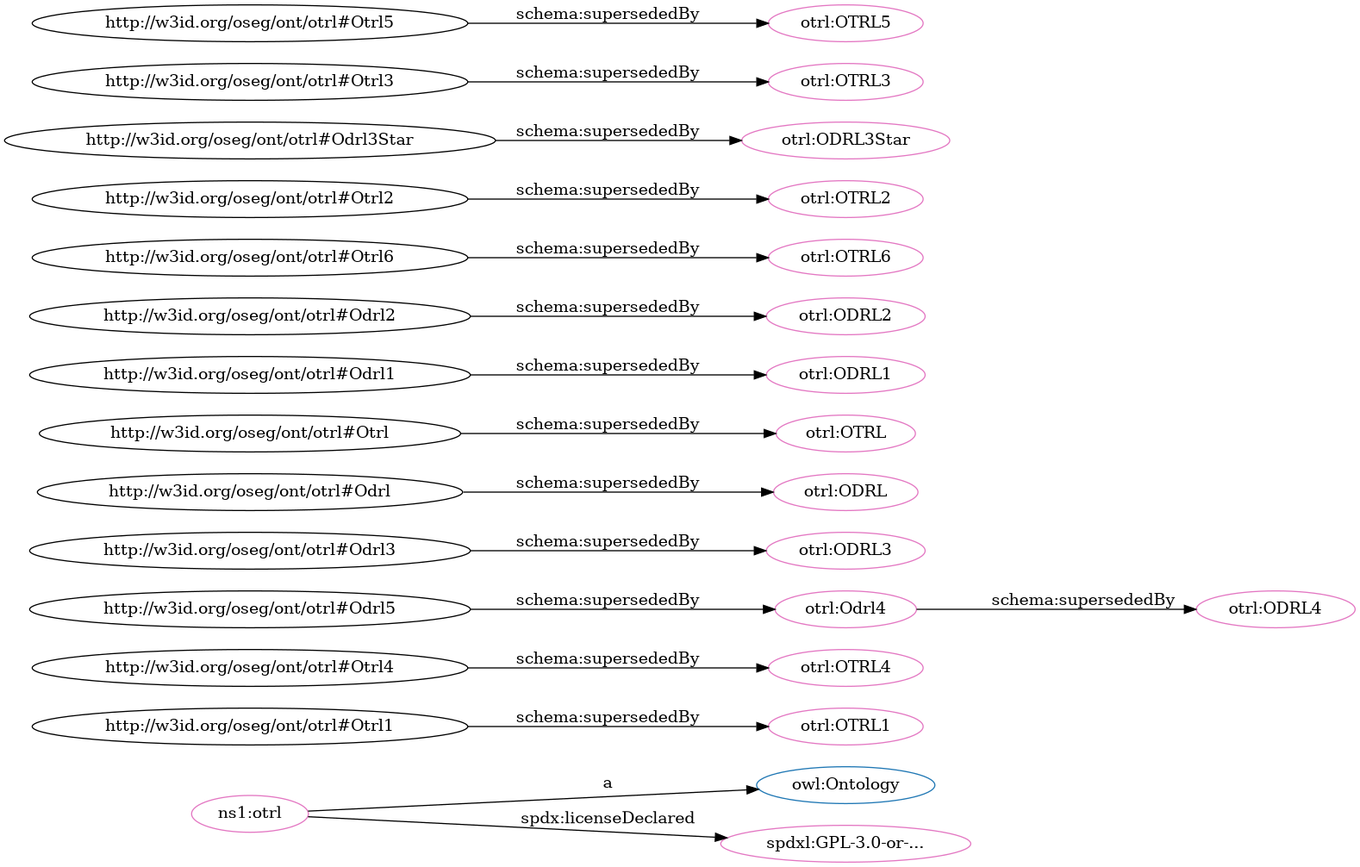
Before: src/spec/dot_otrl_deprecated.png, a diagram exported from Graphviz (iop-alliance/OpenKnowHow). Its source is kept beside it as src/spec/dot_otrl_deprecated.dot.
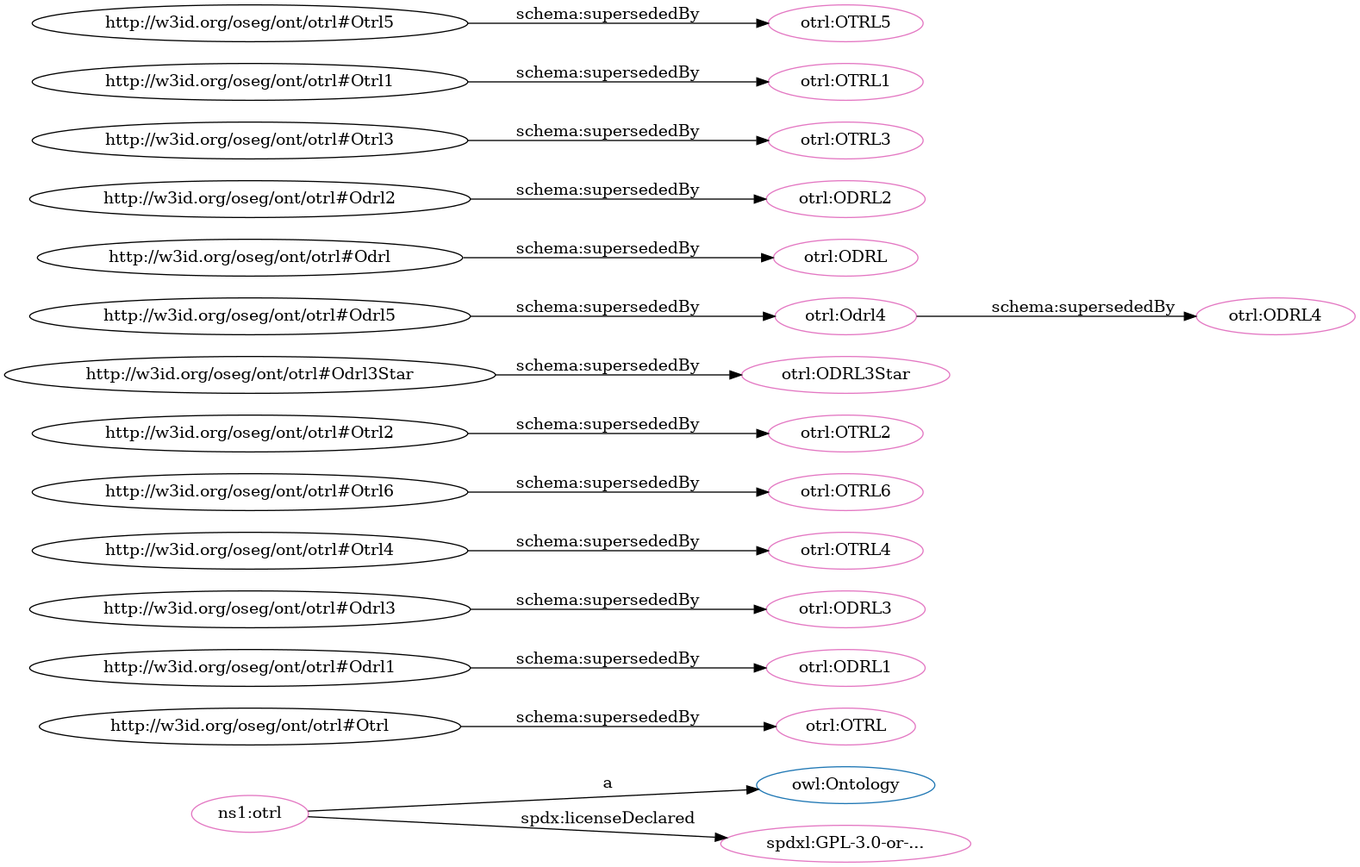
Above is the later version.

Diff of the diagram source:
```diff
@@ -2,36 +2,36 @@
   rankdir=BT
   node[height=.3]
 "http://www.w3.org/2002/07/owl#Ontology" [fillcolor="#1f77b4" color="#1f77b4" label="owl:Ontology"]
-"http://w3id.org/oseg/ont/otrl#OTRL1" [fillcolor="#e377c2" color="#e377c2" label="otrl:OTRL1"]
+"http://w3id.org/oseg/ont/otrl#OTRL" [fillcolor="#e377c2" color="#e377c2" label="otrl:OTRL"]
+"http://spdx.org/licenses/GPL-3.0-or-later" [fillcolor="#e377c2" color="#e377c2" label="spdxl:GPL-3.0-or-..."]
+"http://w3id.org/oseg/ont/otrl#ODRL1" [fillcolor="#e377c2" color="#e377c2" label="otrl:ODRL1"]
+"http://w3id.org/oseg/ont/otrl#ODRL3" [fillcolor="#e377c2" color="#e377c2" label="otrl:ODRL3"]
 "http://w3id.org/oseg/ont/otrl#OTRL4" [fillcolor="#e377c2" color="#e377c2" label="otrl:OTRL4"]
-"http://w3id.org/oseg/ont/otrl#ODRL4" [fillcolor="#e377c2" color="#e377c2" label="otrl:ODRL4"]
-"http://spdx.org/licenses/GPL-3.0-or-later" [fillcolor="#e377c2" color="#e377c2" label="spdxl:GPL-3.0-or-..."]
-"http://w3id.org/oseg/ont/otrl#ODRL3" [fillcolor="#e377c2" color="#e377c2" label="otrl:ODRL3"]
-"http://w3id.org/oseg/ont/otrl#ODRL" [fillcolor="#e377c2" color="#e377c2" label="otrl:ODRL"]
-"http://w3id.org/oseg/ont/otrl#OTRL" [fillcolor="#e377c2" color="#e377c2" label="otrl:OTRL"]
-"http://w3id.org/oseg/ont/otrl#ODRL1" [fillcolor="#e377c2" color="#e377c2" label="otrl:ODRL1"]
-"http://w3id.org/oseg/ont/otrl#Odrl4" [fillcolor="#e377c2" color="#e377c2" label="otrl:Odrl4"]
-"http://w3id.org/oseg/ont/otrl#ODRL2" [fillcolor="#e377c2" color="#e377c2" label="otrl:ODRL2"]
 "http://w3id.org/oseg/ont/otrl#OTRL6" [fillcolor="#e377c2" color="#e377c2" label="otrl:OTRL6"]
 "http://w3id.org/oseg/ont/otrl#OTRL2" [fillcolor="#e377c2" color="#e377c2" label="otrl:OTRL2"]
 "http://w3id.org/oseg/ont/otrl#ODRL3Star" [fillcolor="#e377c2" color="#e377c2" label="otrl:ODRL3Star"]
+"http://w3id.org/oseg/ont/otrl#ODRL4" [fillcolor="#e377c2" color="#e377c2" label="otrl:ODRL4"]
+"http://w3id.org/oseg/ont/otrl#ODRL" [fillcolor="#e377c2" color="#e377c2" label="otrl:ODRL"]
+"http://w3id.org/oseg/ont/otrl#ODRL2" [fillcolor="#e377c2" color="#e377c2" label="otrl:ODRL2"]
+"http://w3id.org/oseg/ont/otrl#Odrl4" [fillcolor="#e377c2" color="#e377c2" label="otrl:Odrl4"]
+"http://w3id.org/oseg/ont/otrl#OTRL3" [fillcolor="#e377c2" color="#e377c2" label="otrl:OTRL3"]
+"http://w3id.org/oseg/ont/otrl#OTRL1" [fillcolor="#e377c2" color="#e377c2" label="otrl:OTRL1"]
+"http://w3id.org/oseg/ont/otrl#OTRL5" [fillcolor="#e377c2" color="#e377c2" label="otrl:OTRL5"]
 "http://w3id.org/oseg/ont/otrl" [fillcolor="#e377c2" color="#e377c2" label="ns1:otrl"]
-"http://w3id.org/oseg/ont/otrl#OTRL3" [fillcolor="#e377c2" color="#e377c2" label="otrl:OTRL3"]
-"http://w3id.org/oseg/ont/otrl#OTRL5" [fillcolor="#e377c2" color="#e377c2" label="otrl:OTRL5"]
-  "http://w3id.org/oseg/ont/otrl#Otrl1" -> "http://w3id.org/oseg/ont/otrl#OTRL1" [label="schema:supersededBy"]
+  "http://w3id.org/oseg/ont/otrl#Otrl" -> "http://w3id.org/oseg/ont/otrl#OTRL" [label="schema:supersededBy"]
+  "http://w3id.org/oseg/ont/otrl" -> "http://spdx.org/licenses/GPL-3.0-or-later" [label="spdx:licenseDeclared"]
+  "http://w3id.org/oseg/ont/otrl#Odrl1" -> "http://w3id.org/oseg/ont/otrl#ODRL1" [label="schema:supersededBy"]
   "http://w3id.org/oseg/ont/otrl#Otrl4" -> "http://w3id.org/oseg/ont/otrl#OTRL4" [label="schema:supersededBy"]
-  "http://w3id.org/oseg/ont/otrl#Odrl4" -> "http://w3id.org/oseg/ont/otrl#ODRL4" [label="schema:supersededBy"]
-  "http://w3id.org/oseg/ont/otrl" -> "http://spdx.org/licenses/GPL-3.0-or-later" [label="spdx:licenseDeclared"]
   "http://w3id.org/oseg/ont/otrl#Odrl3" -> "http://w3id.org/oseg/ont/otrl#ODRL3" [label="schema:supersededBy"]
-  "http://w3id.org/oseg/ont/otrl#Odrl" -> "http://w3id.org/oseg/ont/otrl#ODRL" [label="schema:supersededBy"]
-  "http://w3id.org/oseg/ont/otrl#Otrl" -> "http://w3id.org/oseg/ont/otrl#OTRL" [label="schema:supersededBy"]
-  "http://w3id.org/oseg/ont/otrl#Odrl1" -> "http://w3id.org/oseg/ont/otrl#ODRL1" [label="schema:supersededBy"]
-  "http://w3id.org/oseg/ont/otrl#Odrl5" -> "http://w3id.org/oseg/ont/otrl#Odrl4" [label="schema:supersededBy"]
-  "http://w3id.org/oseg/ont/otrl#Odrl2" -> "http://w3id.org/oseg/ont/otrl#ODRL2" [label="schema:supersededBy"]
   "http://w3id.org/oseg/ont/otrl#Otrl6" -> "http://w3id.org/oseg/ont/otrl#OTRL6" [label="schema:supersededBy"]
   "http://w3id.org/oseg/ont/otrl#Otrl2" -> "http://w3id.org/oseg/ont/otrl#OTRL2" [label="schema:supersededBy"]
   "http://w3id.org/oseg/ont/otrl#Odrl3Star" -> "http://w3id.org/oseg/ont/otrl#ODRL3Star" [label="schema:supersededBy"]
+  "http://w3id.org/oseg/ont/otrl#Odrl4" -> "http://w3id.org/oseg/ont/otrl#ODRL4" [label="schema:supersededBy"]
+  "http://w3id.org/oseg/ont/otrl#Odrl" -> "http://w3id.org/oseg/ont/otrl#ODRL" [label="schema:supersededBy"]
+  "http://w3id.org/oseg/ont/otrl#Odrl2" -> "http://w3id.org/oseg/ont/otrl#ODRL2" [label="schema:supersededBy"]
+  "http://w3id.org/oseg/ont/otrl#Otrl3" -> "http://w3id.org/oseg/ont/otrl#OTRL3" [label="schema:supersededBy"]
+  "http://w3id.org/oseg/ont/otrl#Odrl5" -> "http://w3id.org/oseg/ont/otrl#Odrl4" [label="schema:supersededBy"]
+  "http://w3id.org/oseg/ont/otrl#Otrl1" -> "http://w3id.org/oseg/ont/otrl#OTRL1" [label="schema:supersededBy"]
+  "http://w3id.org/oseg/ont/otrl#Otrl5" -> "http://w3id.org/oseg/ont/otrl#OTRL5" [label="schema:supersededBy"]
   "http://w3id.org/oseg/ont/otrl" -> "http://www.w3.org/2002/07/owl#Ontology" [label="a"]
-  "http://w3id.org/oseg/ont/otrl#Otrl3" -> "http://w3id.org/oseg/ont/otrl#OTRL3" [label="schema:supersededBy"]
-  "http://w3id.org/oseg/ont/otrl#Otrl5" -> "http://w3id.org/oseg/ont/otrl#OTRL5" [label="schema:supersededBy"]
 }
```
